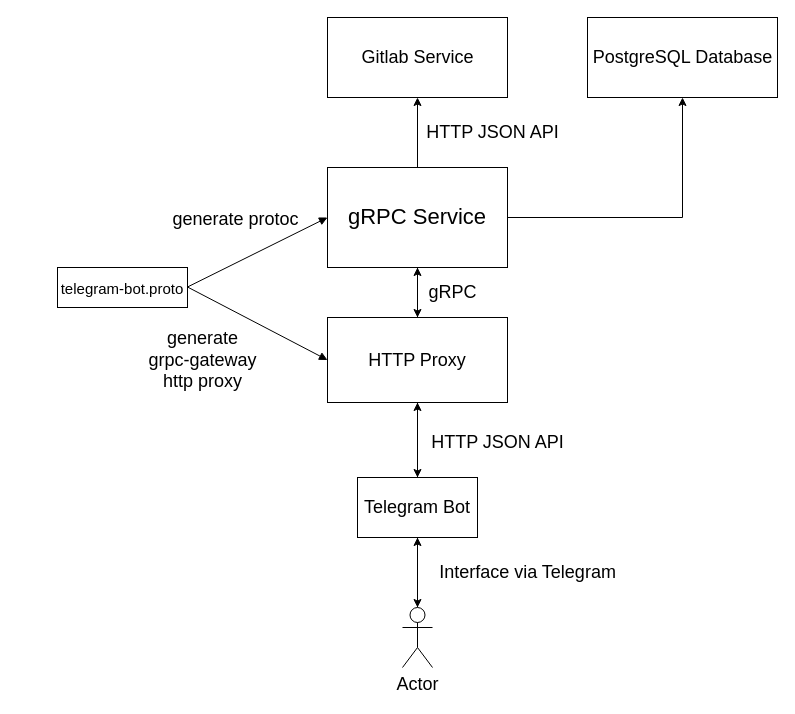
Earlier version of the draw.io diagram docs/concept.drawio (fadeevdev/chgk-telegram). Source tidied: cells renumbered, new cells numbered last; positions are measured from the earlier drawing's top-left corner, leaving out a move shared by most shapes. Both pictures are drawn from the tidied source at 100%, with x=0, y=0 at pixel (57, 17).
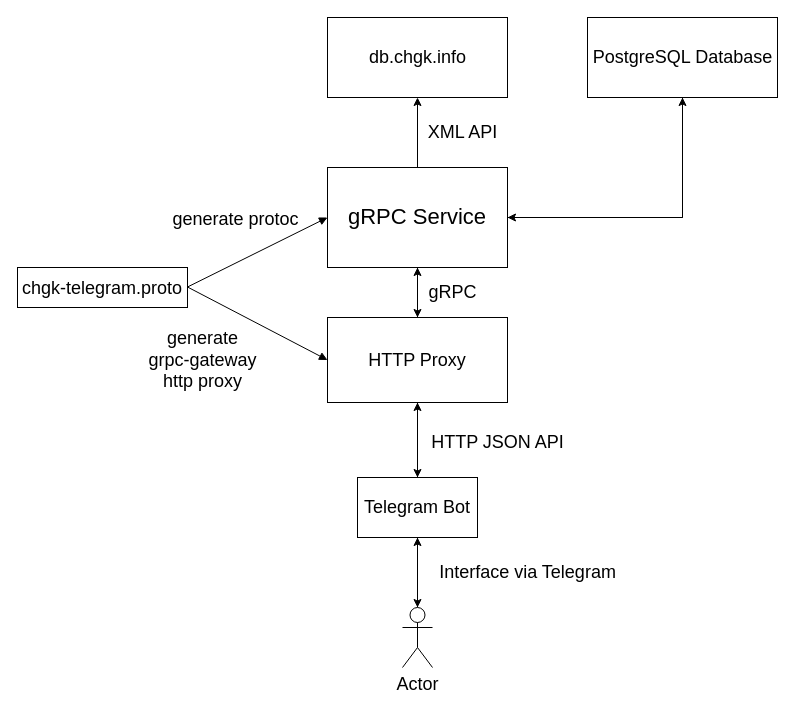
The same page after the edit.

Commit message (it also covers changes not shown here):
change implementation concept

Unchanged cells that the change refers to:
```xml
<mxCell id="5" value="&lt;font style=&quot;font-size: 22px&quot;&gt;gRPC Service&lt;/font&gt;" style="rounded=0;whiteSpace=wrap;html=1;" parent="1" vertex="1">
  <mxGeometry x="270" y="150" width="180" height="100" as="geometry" />
</mxCell>
<mxCell id="19" value="PostgreSQL Database" style="html=1;fontSize=18;" parent="1" vertex="1">
  <mxGeometry x="530" width="190" height="80" as="geometry" />
</mxCell>
```

Diff of the diagram source:
```diff
@@
-    <mxCell id="6" value="&lt;font style=&quot;font-size: 15px&quot;&gt;telegram-bot.proto&lt;/font&gt;" style="rounded=0;whiteSpace=wrap;html=1;fontSize=22;" parent="1" vertex="1">
-      <mxGeometry y="250" width="130" height="40" as="geometry" />
+    <mxCell id="6" value="&lt;span style=&quot;font-size: 18px&quot;&gt;chgk-telegram.proto&lt;/span&gt;" style="rounded=0;whiteSpace=wrap;html=1;fontSize=22;" parent="1" vertex="1">
+      <mxGeometry x="-40" y="250" width="170" height="40" as="geometry" />
     </mxCell>
@@
+    <mxCell id="23" style="edgeStyle=orthogonalEdgeStyle;rounded=0;jettySize=auto;html=1;entryX=1;entryY=0.5;entryDx=0;entryDy=0;" parent="1" edge="1" source="19" target="5">
+      <mxGeometry relative="1" as="geometry">
+        <Array as="points">
+          <mxPoint x="625" y="200" />
+        </Array>
+      </mxGeometry>
+    </mxCell>
@@
-    <mxCell id="21" value="Gitlab Service" style="html=1;fontSize=18;" parent="1" vertex="1">
+    <mxCell id="21" value="db.chgk.info" style="html=1;fontSize=18;" parent="1" vertex="1">
       <mxGeometry x="270" width="180" height="80" as="geometry" />
     </mxCell>
-    <mxCell id="22" value="HTTP JSON API" style="text;html=1;align=center;verticalAlign=middle;strokeColor=none;fillColor=none;fontSize=18;" parent="1" vertex="1">
-      <mxGeometry x="360" y="100" width="150" height="30" as="geometry" />
+    <mxCell id="22" value="XML API" style="text;html=1;align=center;verticalAlign=middle;strokeColor=none;fillColor=none;fontSize=18;" parent="1" vertex="1">
+      <mxGeometry x="365" y="100" width="80" height="30" as="geometry" />
     </mxCell>
```
